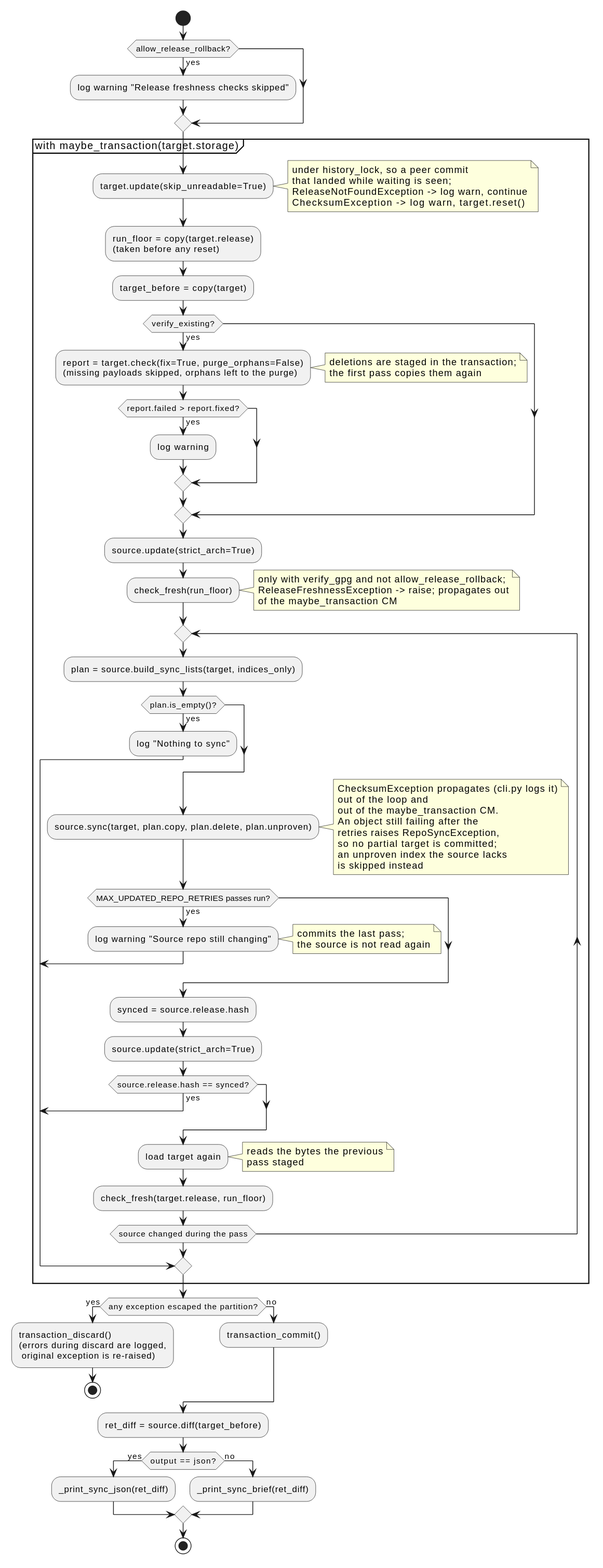
Before: docs/development/diagrams/action-sync-activity.svg, a diagram exported from PlantUML (vinklat/debkit). Its source is kept beside it as docs/development/diagrams/action-sync-activity.puml.
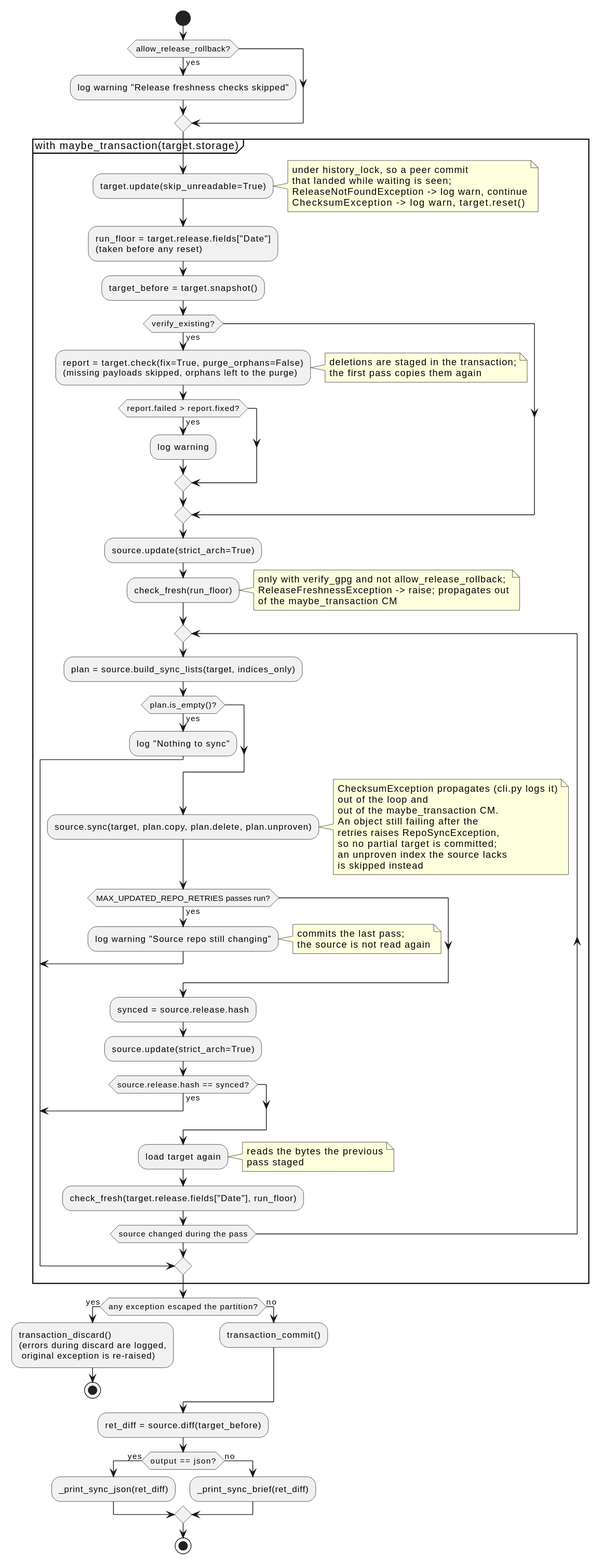
The same diagram one commit later.

The edit, as a diff of the source:
```diff
@@ -12,9 +12,9 @@
     ReleaseNotFoundException -> log warn, continue
     ChecksumException    -> log warn, target.reset()
   end note
-  :run_floor = copy(target.release)
+  :run_floor = target.release.fields["Date"]
   (taken before any reset);
-  :target_before = copy(target);
+  :target_before = target.snapshot();
   if (verify_existing?) then (yes)
     :report = target.check(fix=True, purge_orphans=False)
     (missing payloads skipped, orphans left to the purge);
@@ -62,7 +62,7 @@
     endif
     :load target again;
     note right: reads the bytes the previous\npass staged
-    :check_fresh(target.release, run_floor);
+    :check_fresh(target.release.fields["Date"], run_floor);
   repeat while (source changed during the pass)
 }
 
```
